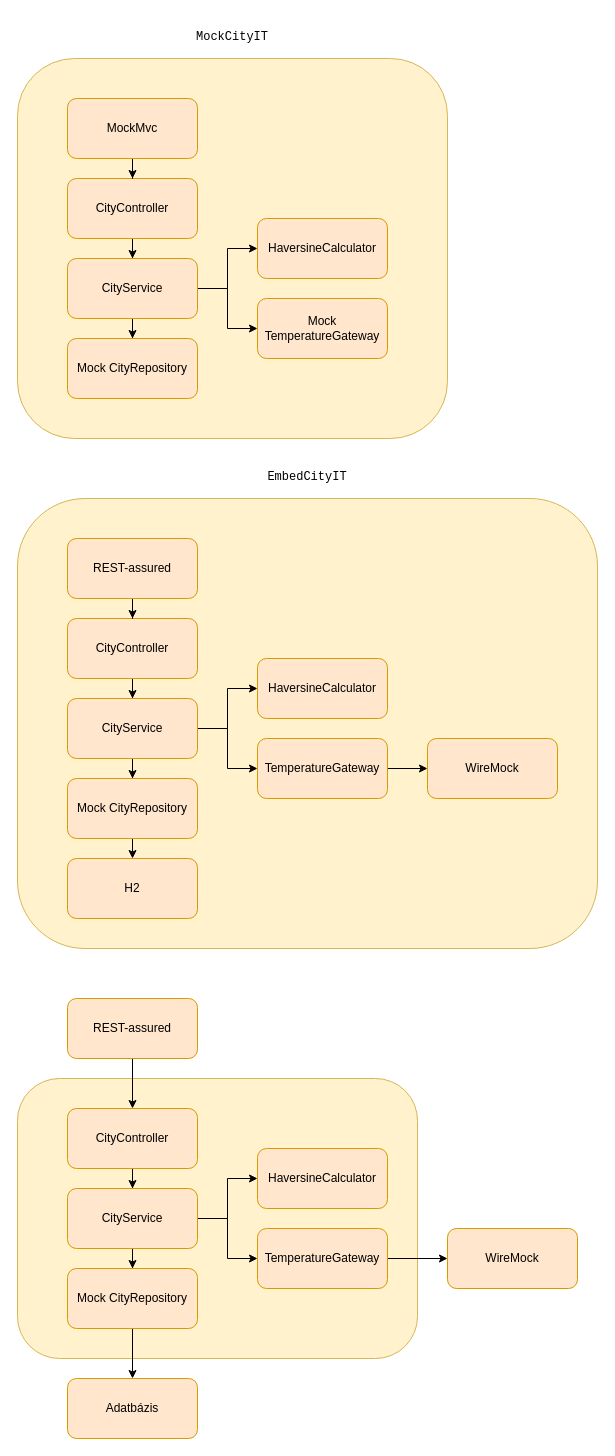
The draw.io diagram artifacts/posts/2020-03-22-oda-az-integracios-tesztekhez/teszteles-hatokore.drawio in vicziani/vicziani.github.com, before the edit. Source tidied: cells renumbered, new cells numbered last; positions are measured from the earlier drawing's top-left corner, leaving out a move shared by most shapes. Both pictures are drawn from the tidied source at 100%, with x=0, y=0 at pixel (17, 58).
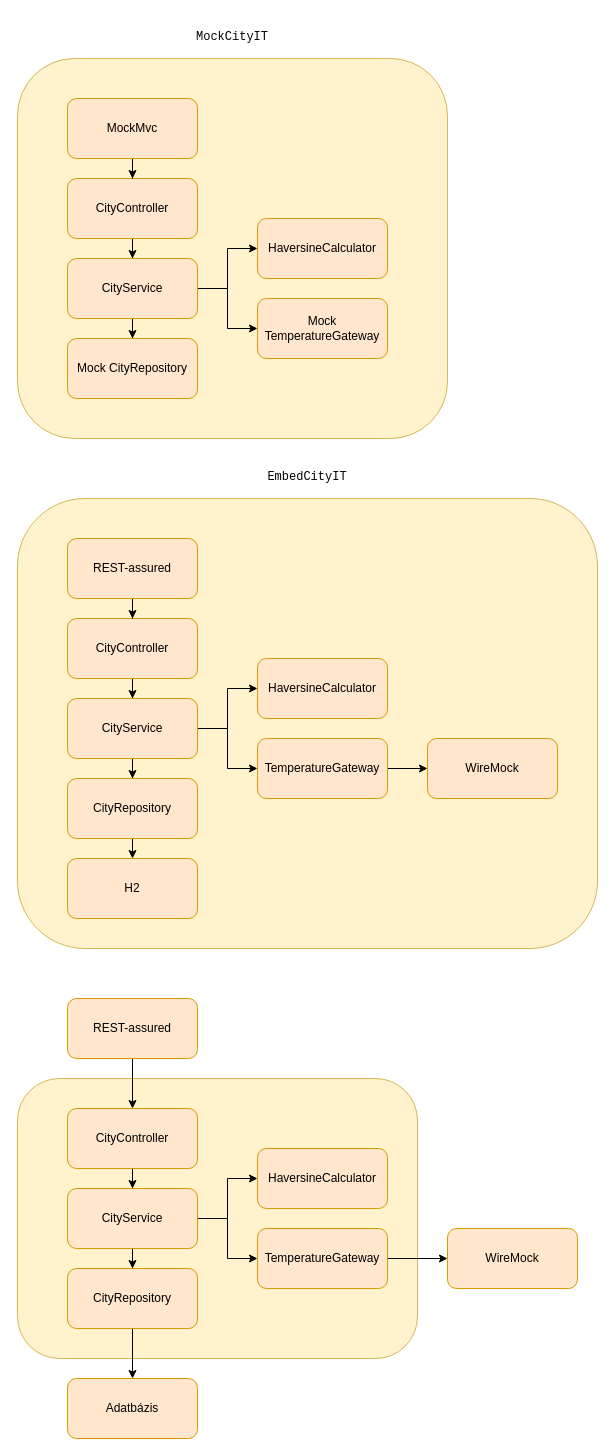
The same diagram, later.

The edit, as a diff of the source:
```diff
@@
-    <mxCell id="22" value="Mock CityRepository" style="rounded=1;whiteSpace=wrap;html=1;fillColor=#ffe6cc;strokeColor=#d79b00;" parent="1" vertex="1">
+    <mxCell id="22" value="CityRepository" style="rounded=1;whiteSpace=wrap;html=1;fillColor=#ffe6cc;strokeColor=#d79b00;" parent="1" vertex="1">
       <mxGeometry x="50" y="720" width="130" height="60" as="geometry" />
     </mxCell>
@@
-    <mxCell id="38" value="Mock CityRepository" style="rounded=1;whiteSpace=wrap;html=1;fillColor=#ffe6cc;strokeColor=#d79b00;" parent="1" vertex="1">
+    <mxCell id="38" value="CityRepository" style="rounded=1;whiteSpace=wrap;html=1;fillColor=#ffe6cc;strokeColor=#d79b00;" parent="1" vertex="1">
       <mxGeometry x="50" y="1210" width="130" height="60" as="geometry" />
     </mxCell>
```
